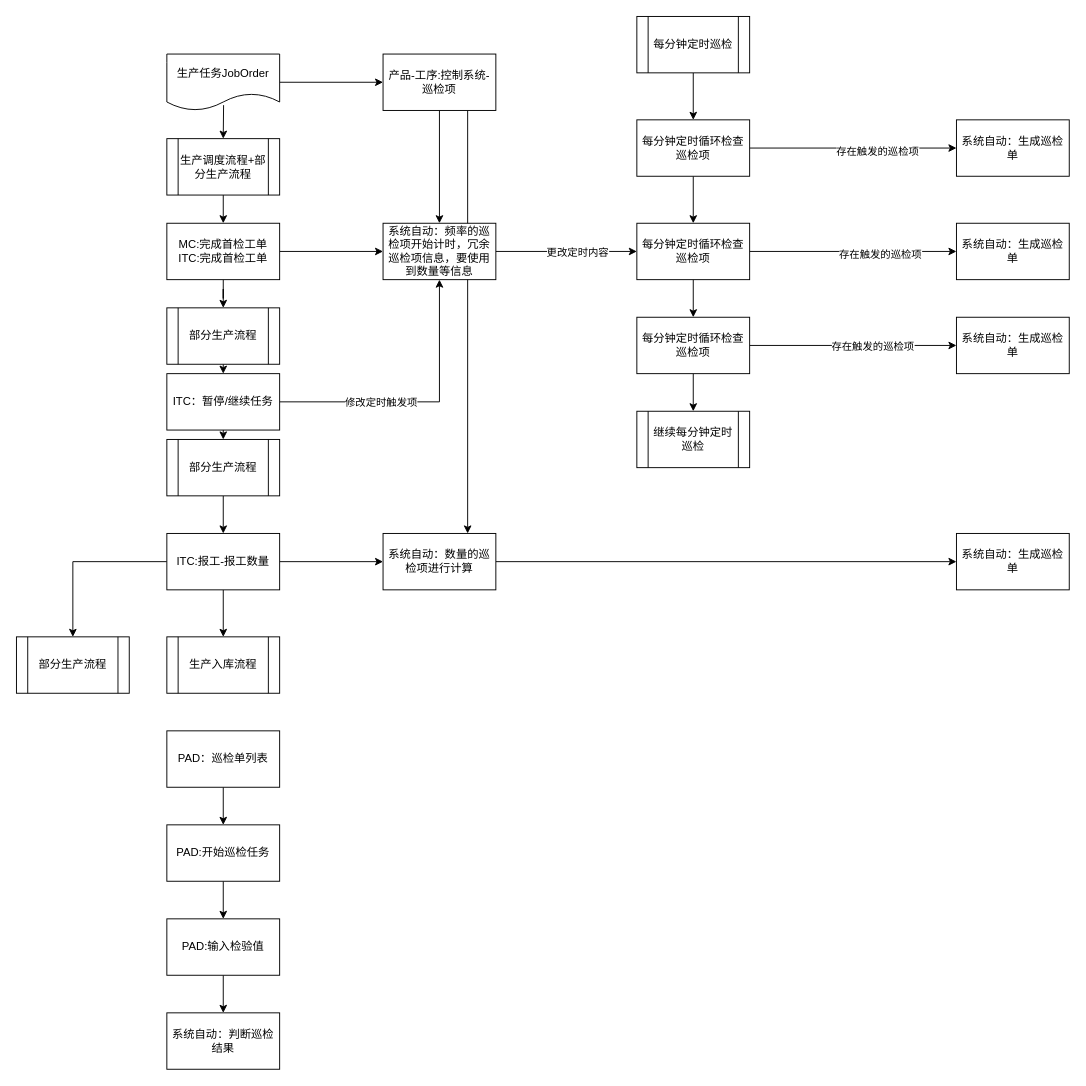
Above: page "巡检" (2 of 5) of 首检流程.drawio in sstlin/os-shell (draw.io), before the change. Source tidied: cells renumbered, new cells numbered last; positions are measured from the earlier drawing's top-left corner, leaving out a move shared by most shapes. Both pictures are drawn from the tidied source at 94%, with x=0, y=0 at pixel (16, 16).
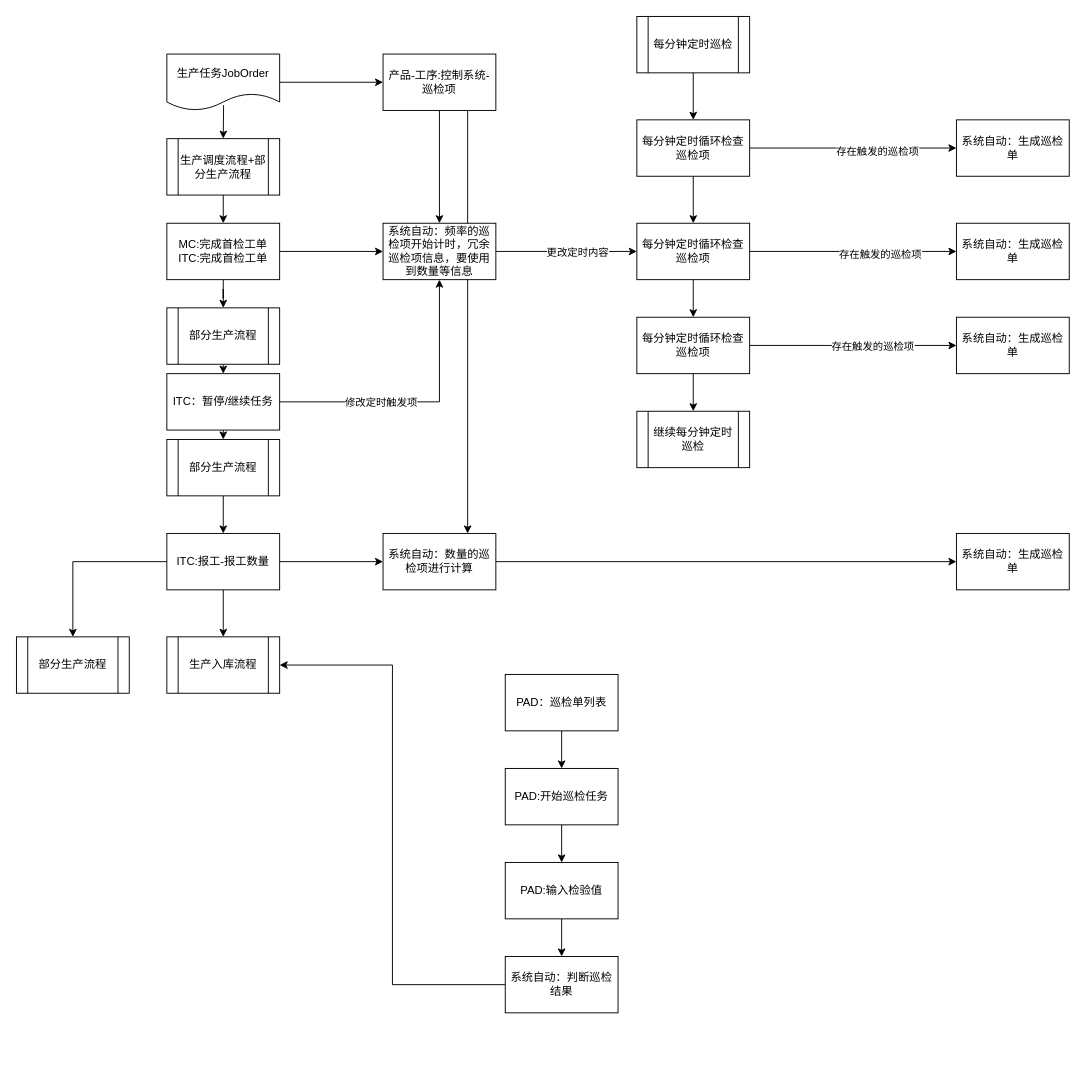
Above is the later version.

The change refers to these unchanged cells:
```xml
<mxCell id="44" value="生产入库流程" style="shape=process;whiteSpace=wrap;html=1;backgroundOutline=1;" parent="1" vertex="1">
  <mxGeometry x="160" y="660" width="120" height="60" as="geometry" />
</mxCell>
```

What changed in the source:
```diff
@@
     <mxCell id="46" value="PAD：巡检单列表" style="rounded=0;whiteSpace=wrap;html=1;" parent="1" vertex="1">
-      <mxGeometry x="160" y="760" width="120" height="60" as="geometry" />
+      <mxGeometry x="520" y="700" width="120" height="60" as="geometry" />
     </mxCell>
@@
     <mxCell id="48" value="PAD:输入检验值" style="whiteSpace=wrap;html=1;rounded=0;" parent="1" vertex="1">
-      <mxGeometry x="160" y="960" width="120" height="60" as="geometry" />
+      <mxGeometry x="520" y="900" width="120" height="60" as="geometry" />
     </mxCell>
@@
     <mxCell id="50" value="PAD:开始巡检任务" style="whiteSpace=wrap;html=1;rounded=0;" parent="1" vertex="1">
-      <mxGeometry x="160" y="860" width="120" height="60" as="geometry" />
+      <mxGeometry x="520" y="800" width="120" height="60" as="geometry" />
     </mxCell>
+    <mxCell id="58" style="edgeStyle=orthogonalEdgeStyle;rounded=0;jettySize=auto;html=1;exitX=0;exitY=0.5;exitDx=0;exitDy=0;entryX=1;entryY=0.5;entryDx=0;entryDy=0;" parent="1" edge="1" source="51" target="44">
+      <mxGeometry relative="1" as="geometry" />
+    </mxCell>
     <mxCell id="51" value="系统自动：判断巡检结果" style="whiteSpace=wrap;html=1;rounded=0;" parent="1" vertex="1">
-      <mxGeometry x="160" y="1060" width="120" height="60" as="geometry" />
+      <mxGeometry x="520" y="1000" width="120" height="60" as="geometry" />
     </mxCell>
```
